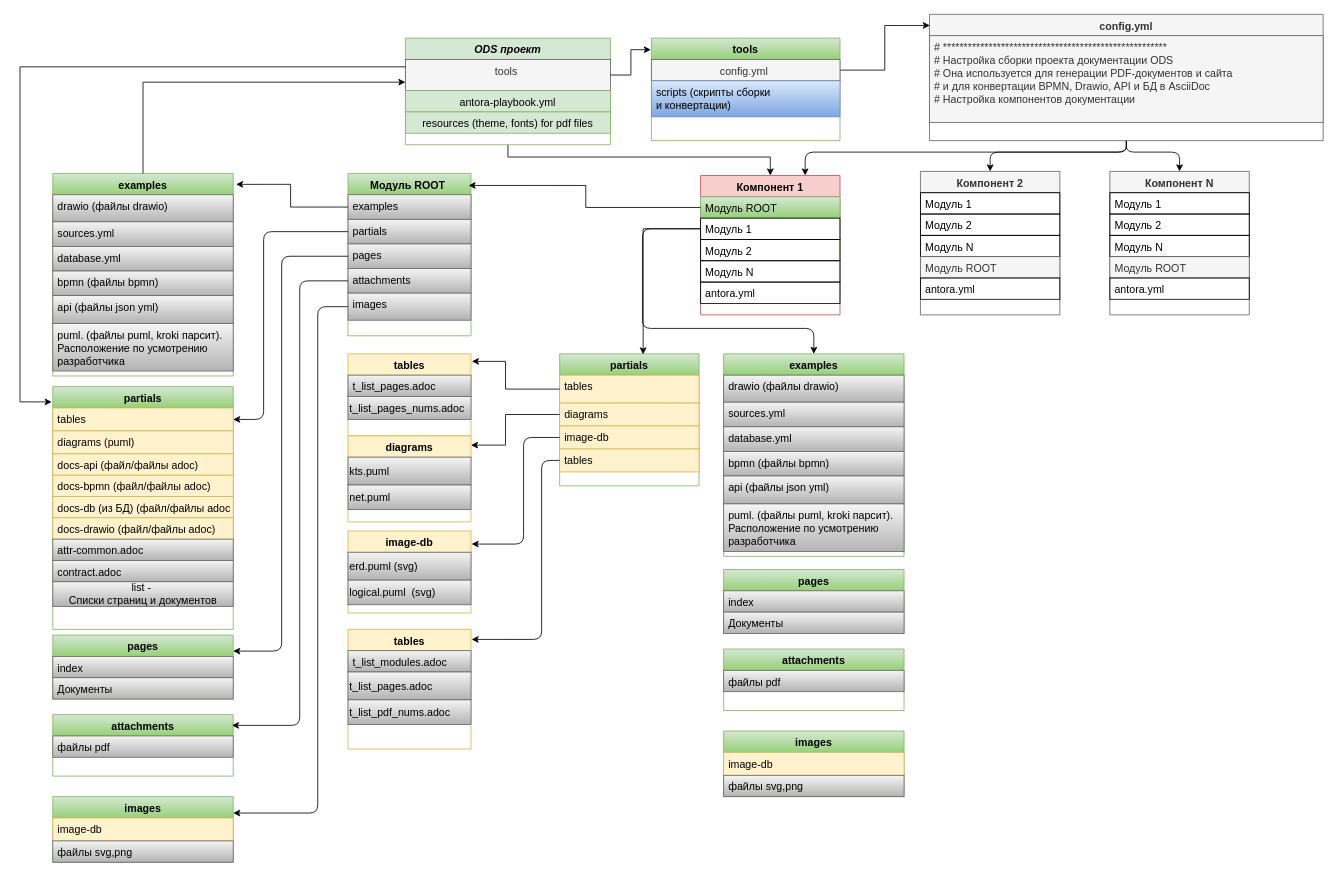
This is page "config" (1 of 2) of components/project-guide/modules/ROOT/examples/drawio/Проект_диаграмма_классов.drawio from Vvvnik/ods-project, a draw.io file, before an edit. Source tidied: cells renumbered, new cells numbered last; positions are measured from the earlier drawing's top-left corner, leaving out a move shared by most shapes. Both pictures are drawn from the tidied source at 82%, with x=0, y=0 at pixel (20, 14).
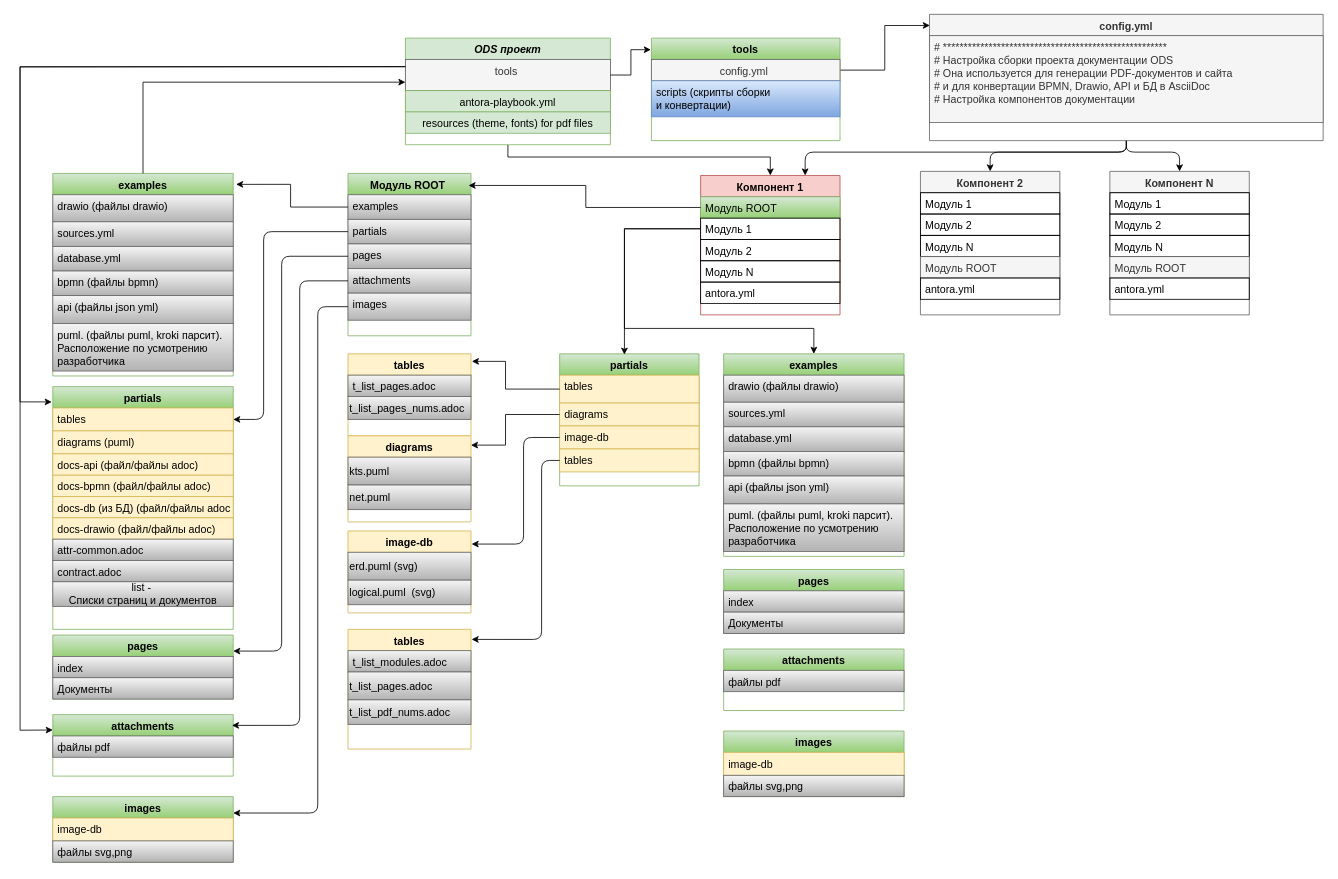
The same diagram, later.

The change refers to these unchanged cells:
```xml
<mxCell id="4" value="tools " style="text;align=center;verticalAlign=top;spacingLeft=4;spacingRight=4;overflow=hidden;points=[[0,0.5],[1,0.5]];portConstraint=eastwest;strokeColor=#666666;fontSize=13;fillColor=#f5f5f5;fontColor=#333333;" parent="3" vertex="1">
  <mxGeometry y="26" width="250" height="38" as="geometry" />
</mxCell>
<mxCell id="9" value="Модуль 1" style="text;align=left;verticalAlign=top;spacingLeft=4;spacingRight=4;overflow=hidden;points=[[0,0.5],[1,0.5]];portConstraint=eastwest;rounded=0;shadow=0;html=0;strokeColor=default;fontSize=13;" parent="7" vertex="1">
  <mxGeometry y="52" width="170" height="26" as="geometry" />
</mxCell>
<mxCell id="45" value="attachments" style="swimlane;fontStyle=1;align=center;verticalAlign=top;horizontal=1;startSize=26;rounded=0;shadow=0;strokeWidth=1;fontSize=13;fillColor=#d5e8d4;strokeColor=#82b366;gradientColor=#97d077;" parent="1" vertex="1">
  <mxGeometry x="39.9" y="854" width="220" height="75" as="geometry" />
</mxCell>
<mxCell id="60" value="partials" style="swimlane;fontStyle=1;align=center;verticalAlign=top;horizontal=1;startSize=26;rounded=0;shadow=0;strokeWidth=1;fontSize=13;fillColor=#d5e8d4;strokeColor=#82b366;gradientColor=#97d077;" parent="1" vertex="1">
  <mxGeometry x="658" y="414" width="170" height="161" as="geometry" />
</mxCell>
<mxCell id="97" value="examples" style="swimlane;fontStyle=1;align=center;verticalAlign=top;horizontal=1;startSize=26;rounded=0;shadow=0;strokeWidth=1;fontSize=13;fillColor=#d5e8d4;strokeColor=#82b366;gradientColor=#97d077;" parent="1" vertex="1">
  <mxGeometry x="858" y="414" width="220" height="247" as="geometry" />
</mxCell>
```

The edit, as a diff of the source:
```diff
@@
-    <mxCell id="65" style="edgeStyle=orthogonalEdgeStyle;rounded=0;jettySize=auto;html=1;entryX=0.599;entryY=0.004;entryDx=0;entryDy=0;fontSize=13;entryPerimeter=0;" parent="1" edge="1" source="9" target="60">
+    <mxCell id="65" style="edgeStyle=orthogonalEdgeStyle;rounded=0;jettySize=auto;html=1;fontSize=13;" parent="1" edge="1" source="9">
       <mxGeometry relative="1" as="geometry">
+        <mxPoint x="737" y="415" as="targetPoint" />
         <Array as="points">
-          <mxPoint x="759" y="262" />
-          <mxPoint x="759" y="415" />
+          <mxPoint x="737" y="262" />
+          <mxPoint x="737" y="415" />
         </Array>
       </mxGeometry>
     </mxCell>
@@
-    <mxCell id="112" style="edgeStyle=orthogonalEdgeStyle;html=1;" parent="1" edge="1" source="9" target="97">
+    <mxCell id="112" style="edgeStyle=orthogonalEdgeStyle;html=1;rounded=0;curved=0;" parent="1" edge="1" source="9" target="97">
       <mxGeometry relative="1" as="geometry">
         <Array as="points">
-          <mxPoint x="759" y="262" />
-          <mxPoint x="759" y="383" />
+          <mxPoint x="737" y="262" />
+          <mxPoint x="737" y="383" />
           <mxPoint x="968" y="383" />
         </Array>
       </mxGeometry>
     </mxCell>
+    <mxCell id="113" style="edgeStyle=none;html=1;entryX=0;entryY=0.25;entryDx=0;entryDy=0;exitX=0;exitY=0.226;exitDx=0;exitDy=0;exitPerimeter=0;rounded=0;curved=0;" parent="1" edge="1" source="4" target="45">
+      <mxGeometry relative="1" as="geometry">
+        <Array as="points">
+          <mxPoint y="64" />
+          <mxPoint y="405" />
+          <mxPoint y="873" />
+        </Array>
+      </mxGeometry>
+    </mxCell>
```
